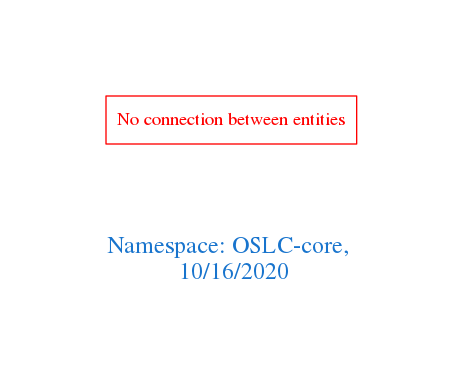
arago/OGIT keeps this Graphviz diagram as downloads/OSLC-core.png. Above is the earlier version. Its source is kept beside it as downloads/OSLC-core.dot.
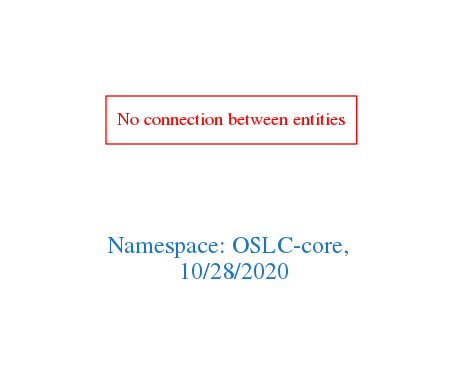
Above is the later version.

Diff of the diagram source:
```diff
@@ -1,7 +1,7 @@
 digraph OGIT_ontology {
  graph [ rankdir= LR,pad=1
 fontsize = 18,
-fontcolor= dodgerblue3,label = "\n\n\nNamespace: OSLC-core, \n 10/16/2020"];
+fontcolor= dodgerblue3,label = "\n\n\nNamespace: OSLC-core, \n 10/28/2020"];
 node[shape=polygon];
 edge [  color="gray81"];
 
```
